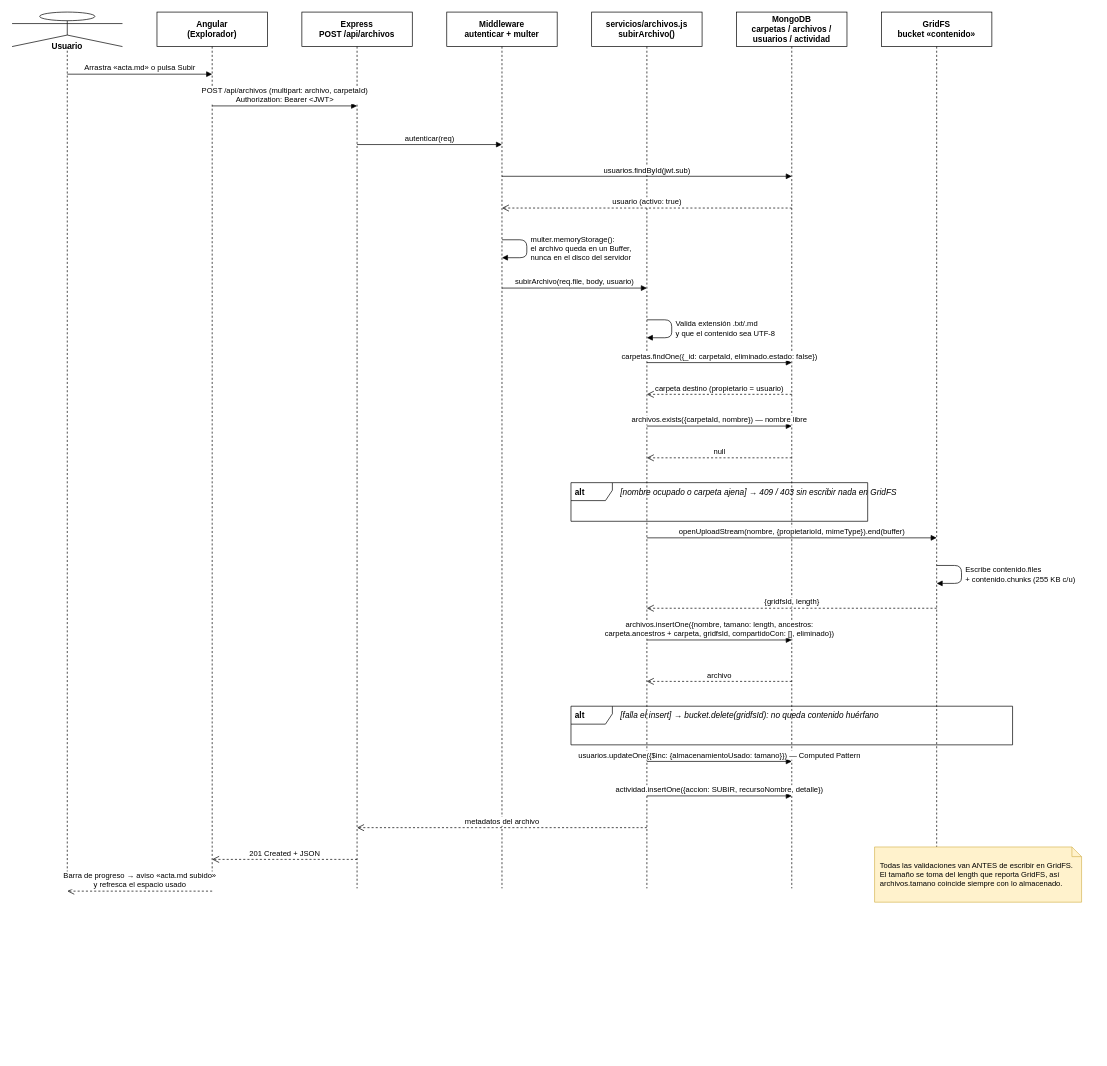
Above: docs/diagramas/secuencia-subir-archivo.drawio in LuisRV2112/proyectofinal_archivos2026 (draw.io), before the change. Source tidied: cells renumbered, new cells numbered last; positions are measured from the earlier drawing's top-left corner, leaving out a move shared by most shapes. Both pictures are drawn from the tidied source at 69%, with x=0, y=0 at pixel (12, 12).
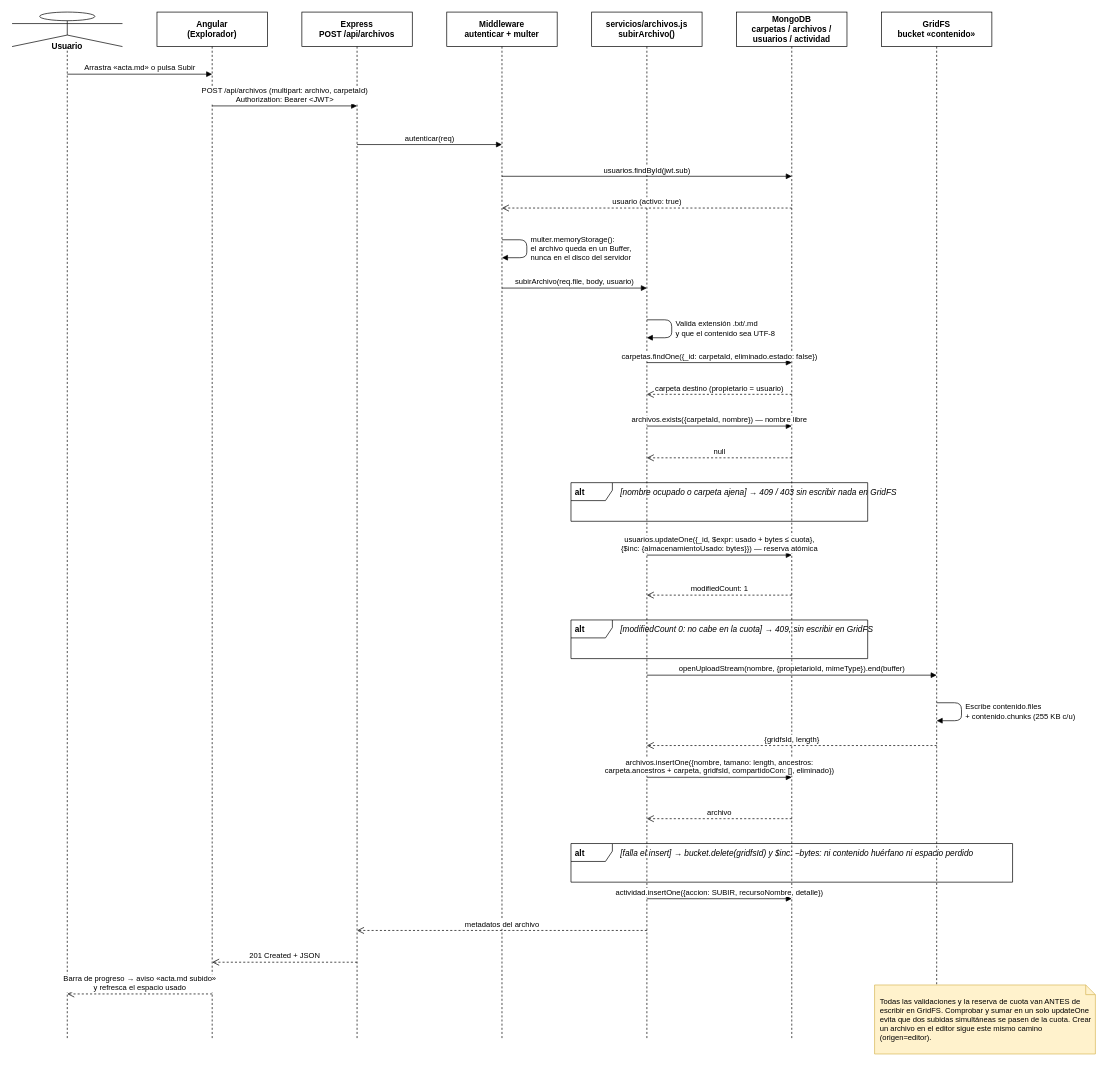
Above is the later version.

Diff of the diagram source:
```diff
@@
     <mxCell id="2" value="Usuario" style="shape=umlLifeline;participant=umlActor;perimeter=lifelinePerimeter;whiteSpace=wrap;html=1;verticalAlign=top;spacingTop=36;size=50;fontStyle=1;" parent="1" vertex="1">
-      <mxGeometry width="160" height="1270" as="geometry" />
+      <mxGeometry width="160" height="1490" as="geometry" />
     </mxCell>
     <mxCell id="3" value="Angular&lt;br&gt;(Explorador)" style="shape=umlLifeline;perimeter=lifelinePerimeter;whiteSpace=wrap;html=1;size=50;fontStyle=1;" parent="1" vertex="1">
-      <mxGeometry x="210" width="160" height="1270" as="geometry" />
+      <mxGeometry x="210" width="160" height="1490" as="geometry" />
     </mxCell>
     <mxCell id="4" value="Express&lt;br&gt;POST /api/archivos" style="shape=umlLifeline;perimeter=lifelinePerimeter;whiteSpace=wrap;html=1;size=50;fontStyle=1;" parent="1" vertex="1">
-      <mxGeometry x="420" width="160" height="1270" as="geometry" />
+      <mxGeometry x="420" width="160" height="1490" as="geometry" />
     </mxCell>
     <mxCell id="5" value="Middleware&lt;br&gt;autenticar + multer" style="shape=umlLifeline;perimeter=lifelinePerimeter;whiteSpace=wrap;html=1;size=50;fontStyle=1;" parent="1" vertex="1">
-      <mxGeometry x="630" width="160" height="1270" as="geometry" />
+      <mxGeometry x="630" width="160" height="1490" as="geometry" />
     </mxCell>
     <mxCell id="6" value="servicios/archivos.js&lt;br&gt;subirArchivo()" style="shape=umlLifeline;perimeter=lifelinePerimeter;whiteSpace=wrap;html=1;size=50;fontStyle=1;" parent="1" vertex="1">
-      <mxGeometry x="840" width="160" height="1270" as="geometry" />
+      <mxGeometry x="840" width="160" height="1490" as="geometry" />
     </mxCell>
     <mxCell id="7" value="MongoDB&lt;br&gt;carpetas / archivos /&lt;br&gt;usuarios / actividad" style="shape=umlLifeline;perimeter=lifelinePerimeter;whiteSpace=wrap;html=1;size=50;fontStyle=1;" parent="1" vertex="1">
-      <mxGeometry x="1050" width="160" height="1270" as="geometry" />
+      <mxGeometry x="1050" width="160" height="1490" as="geometry" />
     </mxCell>
     <mxCell id="8" value="GridFS&lt;br&gt;bucket «contenido»" style="shape=umlLifeline;perimeter=lifelinePerimeter;whiteSpace=wrap;html=1;size=50;fontStyle=1;" parent="1" vertex="1">
-      <mxGeometry x="1260" width="160" height="1270" as="geometry" />
+      <mxGeometry x="1260" width="160" height="1490" as="geometry" />
     </mxCell>
@@
-    <mxCell id="23" value="openUploadStream(nombre, {propietarioId, mimeType}).end(buffer)" style="html=1;verticalAlign=bottom;endArrow=block;endFill=1;fontSize=11;" parent="1" edge="1">
+    <mxCell id="23" value="usuarios.updateOne({_id, $expr: usado + bytes ≤ cuota},&lt;br&gt;{$inc: {almacenamientoUsado: bytes}})  — reserva atómica" style="html=1;verticalAlign=bottom;endArrow=block;endFill=1;fontSize=11;" parent="1" edge="1">
       <mxGeometry relative="1" as="geometry">
-        <mxPoint x="920" y="762" as="sourcePoint" />
-        <mxPoint x="1340" y="762" as="targetPoint" />
+        <mxPoint x="920" y="787" as="sourcePoint" />
+        <mxPoint x="1130" y="787" as="targetPoint" />
       </mxGeometry>
     </mxCell>
-    <mxCell id="24" value="Escribe contenido.files&lt;br&gt;+ contenido.chunks (255 KB c/u)" style="html=1;verticalAlign=bottom;endArrow=block;endFill=1;fontSize=11;align=left;spacingLeft=4;verticalAlign=middle;" parent="1" edge="1">
+    <mxCell id="24" value="modifiedCount: 1" style="html=1;verticalAlign=bottom;endArrow=open;dashed=1;endSize=8;fontSize=11;" parent="1" edge="1">
       <mxGeometry relative="1" as="geometry">
-        <mxPoint x="1340" y="802" as="sourcePoint" />
-        <mxPoint x="1340" y="828" as="targetPoint" />
-        <Array as="points">
-          <mxPoint x="1376" y="802" />
-          <mxPoint x="1376" y="828" />
-        </Array>
+        <mxPoint x="1130" y="845" as="sourcePoint" />
+        <mxPoint x="920" y="845" as="targetPoint" />
       </mxGeometry>
     </mxCell>
-    <mxCell id="25" value="{gridfsId, length}" style="html=1;verticalAlign=bottom;endArrow=open;dashed=1;endSize=8;fontSize=11;" parent="1" edge="1">
-      <mxGeometry relative="1" as="geometry">
-        <mxPoint x="1340" y="864" as="sourcePoint" />
-        <mxPoint x="920" y="864" as="targetPoint" />
-      </mxGeometry>
+    <mxCell id="25" value="alt" style="shape=umlFrame;whiteSpace=wrap;html=1;width=60;height=26;fontStyle=1;fillColor=none;align=left;spacingLeft=4;verticalAlign=top;" parent="1" vertex="1">
+      <mxGeometry x="810" y="881" width="430" height="56" as="geometry" />
     </mxCell>
-    <mxCell id="26" value="archivos.insertOne({nombre, tamano: length, ancestros:&lt;br&gt;carpeta.ancestros + carpeta, gridfsId, compartidoCon: [], eliminado})" style="html=1;verticalAlign=bottom;endArrow=block;endFill=1;fontSize=11;" parent="1" edge="1">
-      <mxGeometry relative="1" as="geometry">
-        <mxPoint x="920" y="910" as="sourcePoint" />
-        <mxPoint x="1130" y="910" as="targetPoint" />
-      </mxGeometry>
+    <mxCell id="26" value="[modifiedCount 0: no cabe en la cuota] → 409, sin escribir en GridFS" style="text;html=1;align=left;verticalAlign=top;whiteSpace=wrap;fontSize=12;fontStyle=2;" parent="1" vertex="1">
+      <mxGeometry x="880" y="881" width="520" height="24" as="geometry" />
     </mxCell>
-    <mxCell id="27" value="archivo" style="html=1;verticalAlign=bottom;endArrow=open;dashed=1;endSize=8;fontSize=11;" parent="1" edge="1">
+    <mxCell id="27" value="openUploadStream(nombre, {propietarioId, mimeType}).end(buffer)" style="html=1;verticalAlign=bottom;endArrow=block;endFill=1;fontSize=11;" parent="1" edge="1">
       <mxGeometry relative="1" as="geometry">
-        <mxPoint x="1130" y="970" as="sourcePoint" />
-        <mxPoint x="920" y="970" as="targetPoint" />
+        <mxPoint x="920" y="961" as="sourcePoint" />
+        <mxPoint x="1340" y="961" as="targetPoint" />
       </mxGeometry>
     </mxCell>
-    <mxCell id="28" value="alt" style="shape=umlFrame;whiteSpace=wrap;html=1;width=60;height=26;fontStyle=1;fillColor=none;align=left;spacingLeft=4;verticalAlign=top;" parent="1" vertex="1">
-      <mxGeometry x="810" y="1006" width="640" height="56" as="geometry" />
+    <mxCell id="28" value="Escribe contenido.files&lt;br&gt;+ contenido.chunks (255 KB c/u)" style="html=1;verticalAlign=bottom;endArrow=block;endFill=1;fontSize=11;align=left;spacingLeft=4;verticalAlign=middle;" parent="1" edge="1">
+      <mxGeometry relative="1" as="geometry">
+        <mxPoint x="1340" y="1001" as="sourcePoint" />
+        <mxPoint x="1340" y="1027" as="targetPoint" />
+        <Array as="points">
+          <mxPoint x="1376" y="1001" />
+          <mxPoint x="1376" y="1027" />
+        </Array>
+      </mxGeometry>
     </mxCell>
-    <mxCell id="29" value="[falla el insert] → bucket.delete(gridfsId): no queda contenido huérfano" style="text;html=1;align=left;verticalAlign=top;whiteSpace=wrap;fontSize=12;fontStyle=2;" parent="1" vertex="1">
-      <mxGeometry x="880" y="1006" width="520" height="24" as="geometry" />
+    <mxCell id="29" value="{gridfsId, length}" style="html=1;verticalAlign=bottom;endArrow=open;dashed=1;endSize=8;fontSize=11;" parent="1" edge="1">
+      <mxGeometry relative="1" as="geometry">
+        <mxPoint x="1340" y="1063" as="sourcePoint" />
+        <mxPoint x="920" y="1063" as="targetPoint" />
+      </mxGeometry>
     </mxCell>
-    <mxCell id="30" value="usuarios.updateOne({$inc: {almacenamientoUsado: tamano}})  — Computed Pattern" style="html=1;verticalAlign=bottom;endArrow=block;endFill=1;fontSize=11;" parent="1" edge="1">
+    <mxCell id="30" value="archivos.insertOne({nombre, tamano: length, ancestros:&lt;br&gt;carpeta.ancestros + carpeta, gridfsId, compartidoCon: [], eliminado})" style="html=1;verticalAlign=bottom;endArrow=block;endFill=1;fontSize=11;" parent="1" edge="1">
       <mxGeometry relative="1" as="geometry">
-        <mxPoint x="920" y="1086" as="sourcePoint" />
-        <mxPoint x="1130" y="1086" as="targetPoint" />
+        <mxPoint x="920" y="1109" as="sourcePoint" />
+        <mxPoint x="1130" y="1109" as="targetPoint" />
       </mxGeometry>
     </mxCell>
-    <mxCell id="31" value="actividad.insertOne({accion: SUBIR, recursoNombre, detalle})" style="html=1;verticalAlign=bottom;endArrow=block;endFill=1;fontSize=11;" parent="1" edge="1">
+    <mxCell id="31" value="archivo" style="html=1;verticalAlign=bottom;endArrow=open;dashed=1;endSize=8;fontSize=11;" parent="1" edge="1">
       <mxGeometry relative="1" as="geometry">
-        <mxPoint x="920" y="1136" as="sourcePoint" />
-        <mxPoint x="1130" y="1136" as="targetPoint" />
+        <mxPoint x="1130" y="1169" as="sourcePoint" />
+        <mxPoint x="920" y="1169" as="targetPoint" />
       </mxGeometry>
     </mxCell>
-    <mxCell id="32" value="metadatos del archivo" style="html=1;verticalAlign=bottom;endArrow=open;dashed=1;endSize=8;fontSize=11;" parent="1" edge="1">
-      <mxGeometry relative="1" as="geometry">
-        <mxPoint x="920" y="1182" as="sourcePoint" />
-        <mxPoint x="500" y="1182" as="targetPoint" />
-      </mxGeometry>
+    <mxCell id="32" value="alt" style="shape=umlFrame;whiteSpace=wrap;html=1;width=60;height=26;fontStyle=1;fillColor=none;align=left;spacingLeft=4;verticalAlign=top;" parent="1" vertex="1">
+      <mxGeometry x="810" y="1205" width="640" height="56" as="geometry" />
     </mxCell>
-    <mxCell id="33" value="201 Created + JSON" style="html=1;verticalAlign=bottom;endArrow=open;dashed=1;endSize=8;fontSize=11;" parent="1" edge="1">
-      <mxGeometry relative="1" as="geometry">
-        <mxPoint x="500" y="1228" as="sourcePoint" />
-        <mxPoint x="290" y="1228" as="targetPoint" />
-      </mxGeometry>
+    <mxCell id="33" value="[falla el insert] → bucket.delete(gridfsId) y $inc: −bytes: ni contenido huérfano ni espacio perdido" style="text;html=1;align=left;verticalAlign=top;whiteSpace=wrap;fontSize=12;fontStyle=2;" parent="1" vertex="1">
+      <mxGeometry x="880" y="1205" width="520" height="24" as="geometry" />
     </mxCell>
-    <mxCell id="34" value="Barra de progreso → aviso «acta.md subido»&lt;br&gt;y refresca el espacio usado" style="html=1;verticalAlign=bottom;endArrow=open;dashed=1;endSize=8;fontSize=11;" parent="1" edge="1">
+    <mxCell id="34" value="actividad.insertOne({accion: SUBIR, recursoNombre, detalle})" style="html=1;verticalAlign=bottom;endArrow=block;endFill=1;fontSize=11;" parent="1" edge="1">
       <mxGeometry relative="1" as="geometry">
-        <mxPoint x="290" y="1274" as="sourcePoint" />
-        <mxPoint x="80" y="1274" as="targetPoint" />
+        <mxPoint x="920" y="1285" as="sourcePoint" />
+        <mxPoint x="1130" y="1285" as="targetPoint" />
       </mxGeometry>
     </mxCell>
-    <mxCell id="35" value="Todas las validaciones van ANTES de escribir en GridFS. El tamaño se toma del length que reporta GridFS, así archivos.tamano coincide siempre con lo almacenado." style="shape=note;whiteSpace=wrap;html=1;size=14;align=left;spacingLeft=6;fontSize=11;fillColor=#fff2cc;strokeColor=#d6b656;" parent="1" vertex="1">
-      <mxGeometry x="1250" y="1210" width="300" height="80" as="geometry" />
+    <mxCell id="35" value="metadatos del archivo" style="html=1;verticalAlign=bottom;endArrow=open;dashed=1;endSize=8;fontSize=11;" parent="1" edge="1">
+      <mxGeometry relative="1" as="geometry">
+        <mxPoint x="920" y="1331" as="sourcePoint" />
+        <mxPoint x="500" y="1331" as="targetPoint" />
+      </mxGeometry>
     </mxCell>
+    <mxCell id="36" value="201 Created + JSON" style="html=1;verticalAlign=bottom;endArrow=open;dashed=1;endSize=8;fontSize=11;" parent="1" edge="1">
+      <mxGeometry relative="1" as="geometry">
+        <mxPoint x="500" y="1377" as="sourcePoint" />
+        <mxPoint x="290" y="1377" as="targetPoint" />
+      </mxGeometry>
+    </mxCell>
+    <mxCell id="37" value="Barra de progreso → aviso «acta.md subido»&lt;br&gt;y refresca el espacio usado" style="html=1;verticalAlign=bottom;endArrow=open;dashed=1;endSize=8;fontSize=11;" parent="1" edge="1">
+      <mxGeometry relative="1" as="geometry">
+        <mxPoint x="290" y="1423" as="sourcePoint" />
+        <mxPoint x="80" y="1423" as="targetPoint" />
+      </mxGeometry>
+    </mxCell>
+    <mxCell id="38" value="Todas las validaciones y la reserva de cuota van ANTES de escribir en GridFS. Comprobar y sumar en un solo updateOne evita que dos subidas simultáneas se pasen de la cuota. Crear un archivo en el editor sigue este mismo camino (origen=editor)." style="shape=note;whiteSpace=wrap;html=1;size=14;align=left;spacingLeft=6;fontSize=11;fillColor=#fff2cc;strokeColor=#d6b656;" parent="1" vertex="1">
+      <mxGeometry x="1250" y="1410" width="320" height="100" as="geometry" />
+    </mxCell>
```
